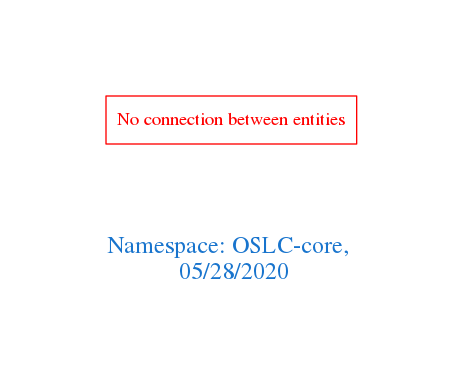
Above: downloads/OSLC-core.png in arago/OGIT (Graphviz), before the change. Its source is kept beside it as downloads/OSLC-core.dot.
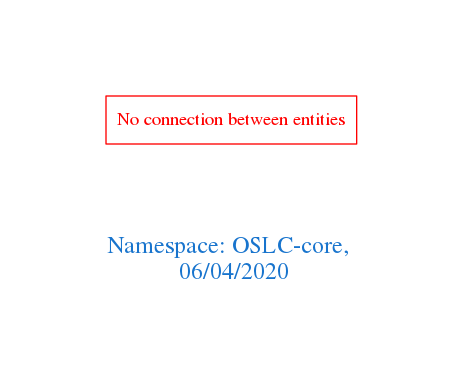
After the change.

Diff of the diagram source:
```diff
@@ -1,7 +1,7 @@
 digraph OGIT_ontology {
  graph [ rankdir= LR,pad=1
 fontsize = 18,
-fontcolor= dodgerblue3,label = "\n\n\nNamespace: OSLC-core, \n 05/28/2020"];
+fontcolor= dodgerblue3,label = "\n\n\nNamespace: OSLC-core, \n 06/04/2020"];
 node[shape=polygon];
 edge [  color="gray81"];
 
```
